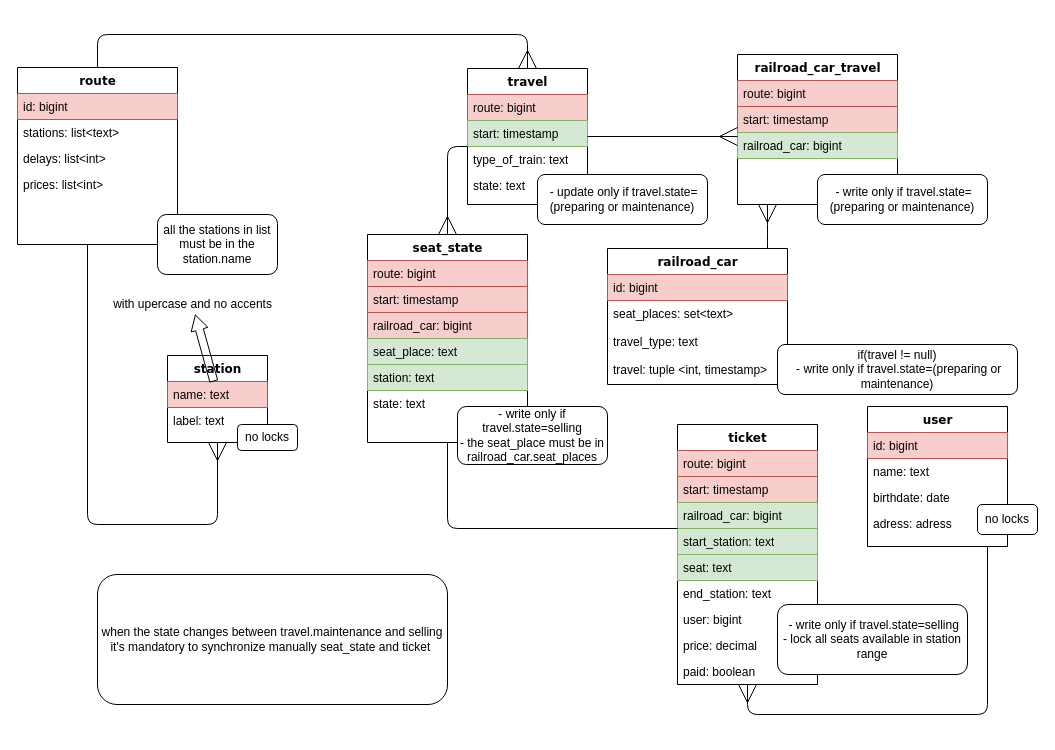
The draw.io diagram page "diagram bdd" (1 of 4) of train/train.drawio in yquest/testhz, before the edit. Source tidied: cells renumbered, new cells numbered last; positions are measured from the earlier drawing's top-left corner, leaving out a move shared by most shapes. Both pictures are drawn from the tidied source at 100%, with x=0, y=0 at pixel (-13, 34).
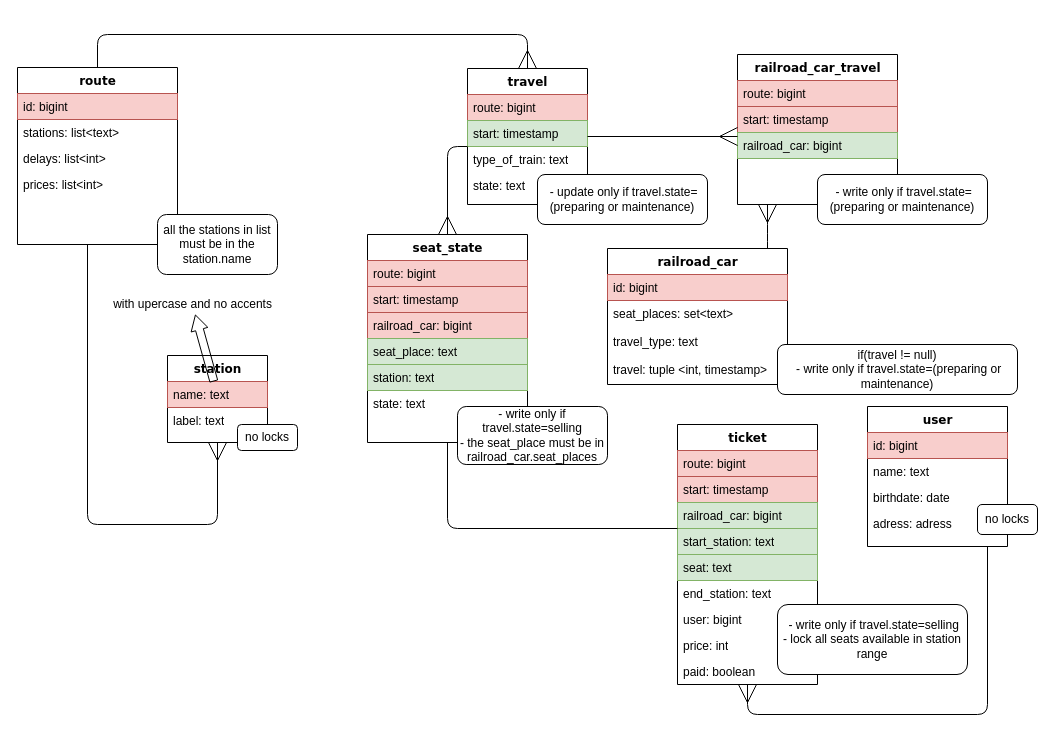
The same diagram, later.

Unchanged cells that the change refers to:
```xml
<mxCell id="30" value="ticket" style="swimlane;html=1;fontStyle=1;align=center;verticalAlign=top;horizontal=1;startSize=26;swimlaneFillColor=#ffffff;rounded=0;shadow=0;comic=0;labelBackgroundColor=none;strokeWidth=1;fillColor=none;fontFamily=Verdana;fontSize=12;" parent="1" vertex="1">
  <mxGeometry x="690" y="390" width="140" height="260" as="geometry" />
</mxCell>
```

Change to the diagram source:
```diff
@@
-    <mxCell id="38" value="price: decimal" style="text;html=1;align=left;verticalAlign=top;spacingLeft=4;spacingRight=4;whiteSpace=wrap;overflow=hidden;" parent="30" vertex="1">
+    <mxCell id="38" value="price: int" style="text;html=1;align=left;verticalAlign=top;spacingLeft=4;spacingRight=4;whiteSpace=wrap;overflow=hidden;" parent="30" vertex="1">
       <mxGeometry y="208" width="140" height="26" as="geometry" />
     </mxCell>
@@
-    <mxCell id="63" value="when the state changes between travel.maintenance and selling it's mandatory to synchronize manually seat_state and ticket&amp;nbsp;" style="rounded=1;whiteSpace=wrap;html=1;" parent="1" vertex="1">
-      <mxGeometry x="110" y="540" width="350" height="130" as="geometry" />
-    </mxCell>
```
